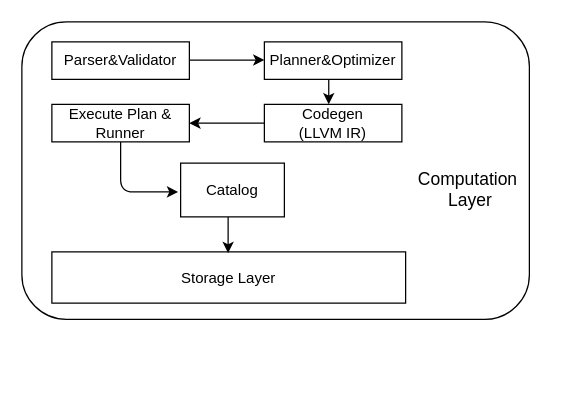
Above: page "Page-5" (4 of 4) of reference/arch/resources/architecture.drawio in 4paradigm/openmldb-docs-zh (draw.io), before the change. Source tidied: cells renumbered, new cells numbered last; positions are measured from the earlier drawing's top-left corner, leaving out a move shared by most shapes. Both pictures are drawn from the tidied source at 125%, with x=0, y=0 at pixel (21, 21).
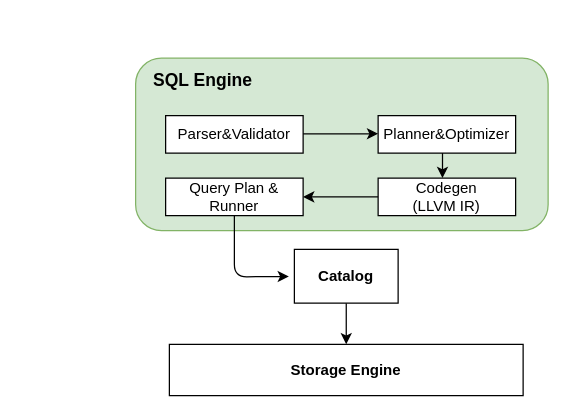
Above is the later version.

Change to the diagram source:
```diff
@@
 <mxGraphModel>
   <root>
     <mxCell id="0" />
     <mxCell id="1" parent="0" />
-    <mxCell id="2" style="rounded=1;whiteSpace=wrap;html=1;fontSize=12;" parent="1" vertex="1">
-      <mxGeometry width="406" height="238" as="geometry" />
+    <mxCell id="2" style="rounded=1;whiteSpace=wrap;html=1;fontSize=12;fillColor=#d5e8d4;strokeColor=#82b366;" parent="1" vertex="1">
+      <mxGeometry x="91" y="29" width="330" height="138" as="geometry" />
     </mxCell>
-    <mxCell id="3" value="&lt;span style=&quot;font-size: 14px&quot;&gt;Computation&lt;br&gt;&amp;nbsp;Layer&lt;/span&gt;" style="text;html=1;strokeColor=none;fillColor=none;align=center;verticalAlign=middle;whiteSpace=wrap;rounded=0;" parent="1" vertex="1">
-      <mxGeometry x="307" y="111" width="100" height="45" as="geometry" />
+    <mxCell id="3" value="&lt;span style=&quot;font-size: 14px&quot;&gt;SQL Engine&lt;/span&gt;" style="text;html=1;strokeColor=none;fillColor=none;align=center;verticalAlign=middle;whiteSpace=wrap;rounded=0;fontStyle=1;" parent="1" vertex="1">
+      <mxGeometry x="95" y="24" width="100" height="45" as="geometry" />
     </mxCell>
     <mxCell id="4" value="Parser&amp;amp;Validator" style="rounded=0;whiteSpace=wrap;html=1;" parent="1" vertex="1">
-      <mxGeometry x="24" y="16" width="110" height="30" as="geometry" />
+      <mxGeometry x="115" y="75" width="110" height="30" as="geometry" />
     </mxCell>
     <mxCell id="5" value="Planner&amp;amp;Optimizer" style="rounded=0;whiteSpace=wrap;html=1;gradientColor=none;" parent="1" vertex="1">
-      <mxGeometry x="194" y="16" width="110" height="30" as="geometry" />
+      <mxGeometry x="285" y="75" width="110" height="30" as="geometry" />
     </mxCell>
     <mxCell id="6" value="Codegen&lt;br&gt;(LLVM IR)" style="rounded=0;whiteSpace=wrap;html=1;gradientColor=none;" parent="1" vertex="1">
-      <mxGeometry x="194" y="66" width="110" height="30" as="geometry" />
+      <mxGeometry x="285" y="125" width="110" height="30" as="geometry" />
     </mxCell>
-    <mxCell id="7" value="Execute Plan &amp;amp; Runner" style="rounded=0;whiteSpace=wrap;html=1;gradientColor=none;" parent="1" vertex="1">
-      <mxGeometry x="24" y="66" width="110" height="30" as="geometry" />
+    <mxCell id="7" value="Query Plan &amp;amp; Runner" style="rounded=0;whiteSpace=wrap;html=1;gradientColor=none;" parent="1" vertex="1">
+      <mxGeometry x="115" y="125" width="110" height="30" as="geometry" />
     </mxCell>
     <mxCell id="8" style="endArrow=classic;html=1;exitX=0;exitY=0.5;exitDx=0;exitDy=0;entryX=1;entryY=0.5;entryDx=0;entryDy=0;" parent="1" edge="1" source="6" target="7">
       <mxGeometry relative="1" as="geometry" />
     </mxCell>
     <mxCell id="9" style="endArrow=classic;html=1;" parent="1" edge="1">
       <mxGeometry relative="1" as="geometry">
-        <mxPoint x="245.5" y="46" as="sourcePoint" />
-        <mxPoint x="245.5" y="66" as="targetPoint" />
+        <mxPoint x="336.5" y="105" as="sourcePoint" />
+        <mxPoint x="336.5" y="125" as="targetPoint" />
       </mxGeometry>
     </mxCell>
-    <mxCell id="10" style="endArrow=classic;html=1;entryX=0;entryY=0.5;entryDx=0;entryDy=0;exitX=0.5;exitY=1;exitDx=0;exitDy=0;" parent="1" edge="1" source="7">
+    <mxCell id="10" style="endArrow=classic;html=1;entryX=-0.053;entryY=0.504;entryDx=0;entryDy=0;exitX=0.5;exitY=1;exitDx=0;exitDy=0;entryPerimeter=0;" parent="1" edge="1" source="7" target="13">
       <mxGeometry relative="1" as="geometry">
-        <mxPoint x="125" y="136" as="targetPoint" />
         <Array as="points">
-          <mxPoint x="79" y="136" />
+          <mxPoint x="170" y="204" />
         </Array>
       </mxGeometry>
     </mxCell>
     <mxCell id="11" style="endArrow=classic;html=1;" parent="1" edge="1">
       <mxGeometry relative="1" as="geometry">
-        <mxPoint x="134" y="30.5" as="sourcePoint" />
-        <mxPoint x="194" y="30.5" as="targetPoint" />
+        <mxPoint x="225" y="89.5" as="sourcePoint" />
+        <mxPoint x="285" y="89.5" as="targetPoint" />
       </mxGeometry>
     </mxCell>
-    <mxCell id="12" value="Storage Layer" style="rounded=0;whiteSpace=wrap;html=1;fontSize=12;" parent="1" vertex="1">
-      <mxGeometry x="24" y="184" width="283" height="41" as="geometry" />
+    <mxCell id="12" value="Storage Engine" style="rounded=0;whiteSpace=wrap;html=1;fontSize=12;fontStyle=1;" parent="1" vertex="1">
+      <mxGeometry x="118" y="258" width="283" height="41" as="geometry" />
     </mxCell>
+    <mxCell id="15" style="edgeStyle=orthogonalEdgeStyle;rounded=0;jettySize=auto;html=1;" parent="1" edge="1" source="13" target="12">
+      <mxGeometry relative="1" as="geometry" />
+    </mxCell>
-    <mxCell id="13" value="Catalog" style="rounded=0;whiteSpace=wrap;html=1;fontSize=12;" parent="1" vertex="1">
-      <mxGeometry x="127" y="113" width="83" height="43" as="geometry" />
+    <mxCell id="13" value="Catalog" style="rounded=0;whiteSpace=wrap;html=1;fontSize=12;fontStyle=1;" parent="1" vertex="1">
+      <mxGeometry x="218" y="182" width="83" height="43" as="geometry" />
     </mxCell>
-    <mxCell id="14" style="endArrow=classic;html=1;rounded=0;fontSize=12;" parent="1" edge="1">
-      <mxGeometry relative="1" as="geometry">
-        <mxPoint x="165" y="156" as="sourcePoint" />
-        <mxPoint x="165" y="185" as="targetPoint" />
-      </mxGeometry>
-    </mxCell>
   </root>
 </mxGraphModel>
```
